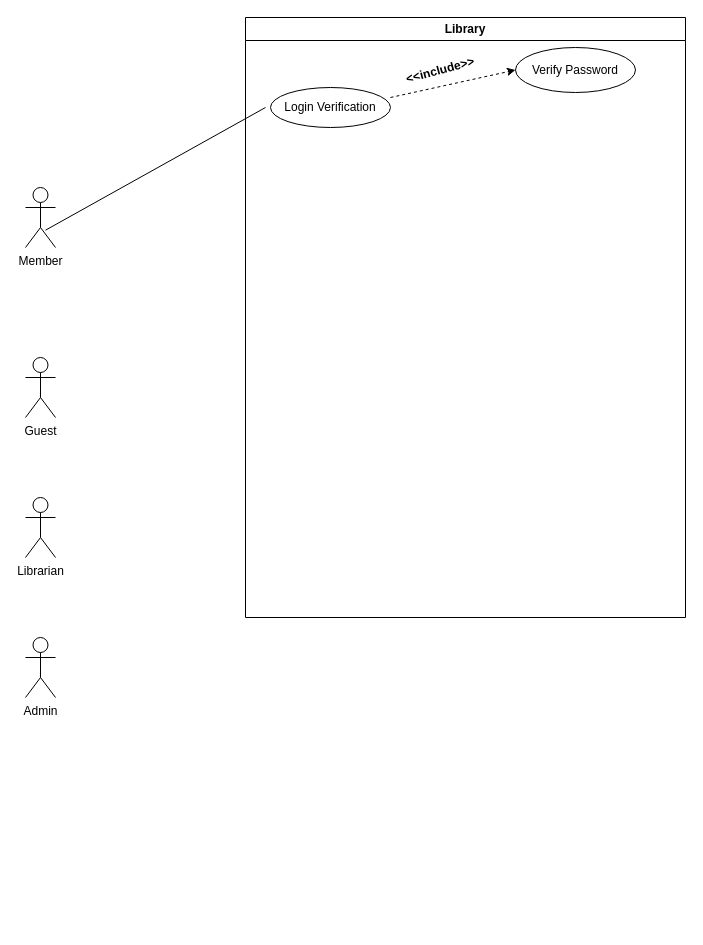
bushra275/System-Developement-Methods--Draw.io keeps this draw.io diagram as SDM 1.drawio. Above is the earlier version. Source tidied: cells renumbered, new cells numbered last; positions are measured from the earlier drawing's top-left corner, leaving out a move shared by most shapes. Both pictures are drawn from the tidied source at 100%, with x=0, y=0 at pixel (25, 17).
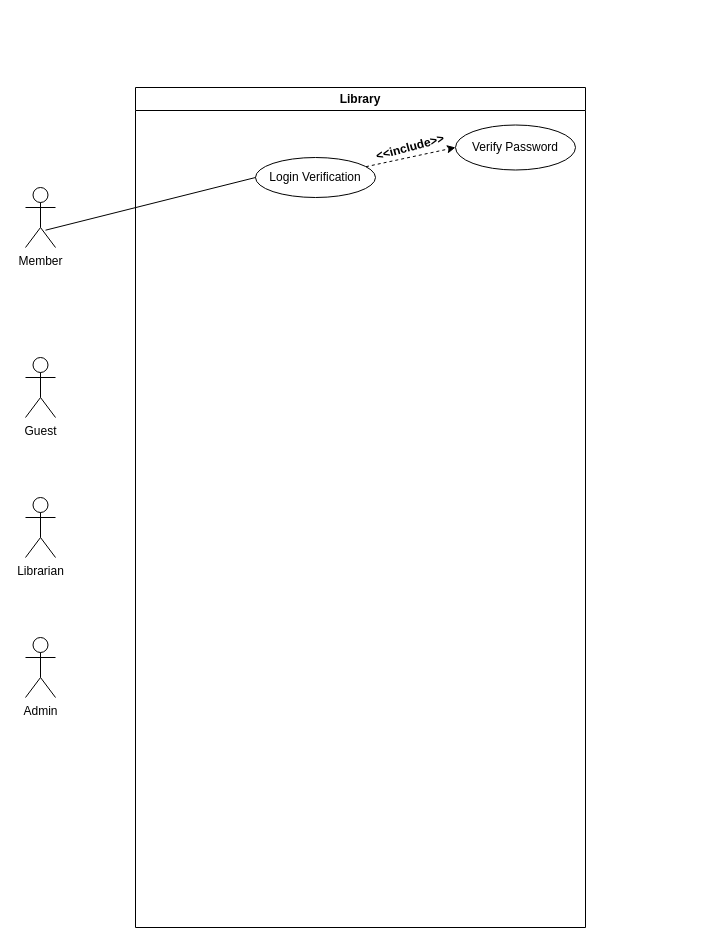
Above is the later version.

What changed in the source:
```diff
@@
 <mxGraphModel>
   <root>
     <mxCell id="0" />
     <mxCell id="1" parent="0" />
     <mxCell id="2" value="&lt;div&gt;Member&lt;/div&gt;" style="shape=umlActor;verticalLabelPosition=bottom;verticalAlign=top;html=1;" parent="1" vertex="1">
       <mxGeometry y="170" width="30" height="60" as="geometry" />
     </mxCell>
     <mxCell id="3" value="&lt;div&gt;Guest&lt;/div&gt;" style="shape=umlActor;verticalLabelPosition=bottom;verticalAlign=top;html=1;" parent="1" vertex="1">
       <mxGeometry y="340" width="30" height="60" as="geometry" />
     </mxCell>
     <mxCell id="4" value="Librarian" style="shape=umlActor;verticalLabelPosition=bottom;verticalAlign=top;html=1;" parent="1" vertex="1">
       <mxGeometry y="480" width="30" height="60" as="geometry" />
     </mxCell>
     <mxCell id="5" value="Admin" style="shape=umlActor;verticalLabelPosition=bottom;verticalAlign=top;html=1;" parent="1" vertex="1">
       <mxGeometry y="620" width="30" height="60" as="geometry" />
     </mxCell>
-    <mxCell id="6" value="Login Verification" style="ellipse;whiteSpace=wrap;html=1;" parent="1" vertex="1">
-      <mxGeometry x="245" y="70" width="120" height="40" as="geometry" />
-    </mxCell>
     <mxCell id="7" value="Library" style="swimlane;whiteSpace=wrap;html=1;startSize=23;" parent="1" vertex="1">
-      <mxGeometry x="220" width="440" height="600" as="geometry" />
+      <mxGeometry x="110" y="70" width="450" height="840" as="geometry" />
     </mxCell>
     <mxCell id="8" value="Verify Password" style="ellipse;whiteSpace=wrap;html=1;" parent="7" vertex="1">
-      <mxGeometry x="270" y="30" width="120" height="45" as="geometry" />
+      <mxGeometry x="320" y="37.5" width="120" height="45" as="geometry" />
     </mxCell>
     <mxCell id="9" value="&lt;b&gt;&amp;lt;&amp;lt;include&amp;gt;&amp;gt;&lt;/b&gt;" style="text;html=1;align=center;verticalAlign=middle;whiteSpace=wrap;rounded=0;rotation=-15;" parent="7" vertex="1">
-      <mxGeometry x="170" y="42.5" width="50" height="20" as="geometry" />
+      <mxGeometry x="250" y="50" width="50" height="20" as="geometry" />
     </mxCell>
+    <mxCell id="6" value="Login Verification" style="ellipse;whiteSpace=wrap;html=1;" parent="7" vertex="1">
+      <mxGeometry x="120" y="70" width="120" height="40" as="geometry" />
+    </mxCell>
+    <mxCell id="11" style="html=1;labelBackgroundColor=#ffffff;startArrow=none;startFill=0;startSize=6;endArrow=classic;endFill=1;endSize=6;jettySize=auto;strokeWidth=1;dashed=1;fontSize=14;rounded=0;entryX=0;entryY=0.5;entryDx=0;entryDy=0;" parent="7" edge="1" source="6" target="8">
+      <mxGeometry relative="1" as="geometry" />
+    </mxCell>
-    <mxCell id="10" style="endArrow=none;html=1;rounded=0;" parent="1" edge="1">
+    <mxCell id="10" style="endArrow=none;html=1;rounded=0;entryX=0;entryY=0.5;entryDx=0;entryDy=0;" parent="1" edge="1" target="6">
       <mxGeometry relative="1" as="geometry">
         <mxPoint x="20" y="212.7" as="sourcePoint" />
-        <mxPoint x="240" y="90" as="targetPoint" />
       </mxGeometry>
     </mxCell>
-    <mxCell id="11" style="html=1;labelBackgroundColor=#ffffff;startArrow=none;startFill=0;startSize=6;endArrow=classic;endFill=1;endSize=6;jettySize=auto;strokeWidth=1;dashed=1;fontSize=14;rounded=0;entryX=0;entryY=0.5;entryDx=0;entryDy=0;" parent="1" edge="1" target="8">
-      <mxGeometry relative="1" as="geometry">
-        <mxPoint x="365" y="80" as="sourcePoint" />
-      </mxGeometry>
-    </mxCell>
   </root>
 </mxGraphModel>
```
